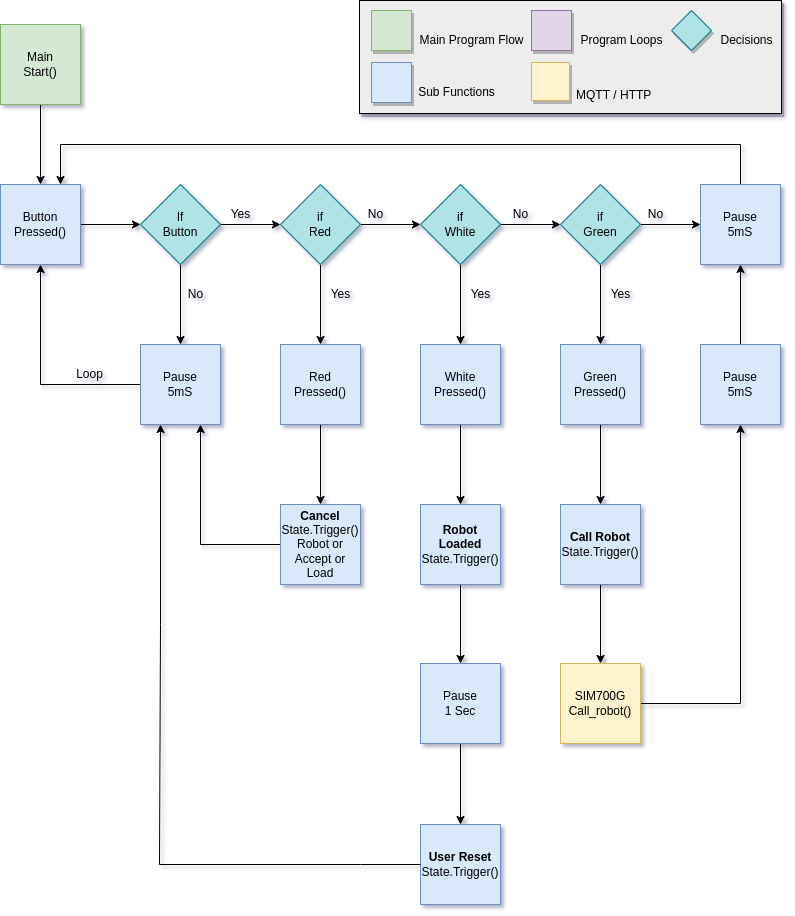
Earlier version of the draw.io export WikiFiles/CAR2.drawio.png (18684092/CAR). Source tidied: cells renumbered, new cells last; positions are measured from the earlier drawing's top-left corner, leaving out a move shared by most shapes. Its diagram source:
```xml
<mxGraphModel shadow="1">
  <root>
    <mxCell id="0" />
    <mxCell id="1" parent="0" />
    <mxCell id="2" style="rounded=0;whiteSpace=wrap;html=1;fontSize=16;gradientColor=none;shadow=1;fillColor=#EDEDED;" parent="1" vertex="1">
      <mxGeometry x="359" width="422" height="113" as="geometry" />
    </mxCell>
    <mxCell id="3" style="whiteSpace=wrap;html=1;fillColor=#d5e8d4;strokeColor=#82b366;shadow=1;" parent="1" vertex="1">
      <mxGeometry x="371" y="10" width="40" height="40" as="geometry" />
    </mxCell>
    <mxCell id="4" style="whiteSpace=wrap;html=1;fillColor=#dae8fc;strokeColor=#6c8ebf;shadow=1;" parent="1" vertex="1">
      <mxGeometry x="371" y="62" width="40" height="40" as="geometry" />
    </mxCell>
    <mxCell id="5" style="whiteSpace=wrap;html=1;fillColor=#e1d5e7;strokeColor=#9673a6;shadow=1;" parent="1" vertex="1">
      <mxGeometry x="531" y="10" width="40" height="40" as="geometry" />
    </mxCell>
    <mxCell id="6" value="Main Program Flow" style="text;html=1;align=center;verticalAlign=middle;strokeColor=none;fillColor=none;" parent="1" vertex="1">
      <mxGeometry x="411" y="30" width="120" height="20" as="geometry" />
    </mxCell>
    <mxCell id="7" value="Sub Functions" style="text;html=1;align=center;verticalAlign=middle;strokeColor=none;fillColor=none;" parent="1" vertex="1">
      <mxGeometry x="411" y="82" width="90" height="20" as="geometry" />
    </mxCell>
    <mxCell id="8" value="Program Loops" style="text;html=1;align=center;verticalAlign=middle;strokeColor=none;fillColor=none;" parent="1" vertex="1">
      <mxGeometry x="571" y="30" width="100" height="20" as="geometry" />
    </mxCell>
    <mxCell id="9" value="Decisions" style="text;html=1;align=center;verticalAlign=middle;strokeColor=none;fillColor=none;" parent="1" vertex="1">
      <mxGeometry x="711" y="30" width="70" height="20" as="geometry" />
    </mxCell>
    <mxCell id="10" style="whiteSpace=wrap;html=1;shadow=1;fontSize=16;fillColor=#fff2cc;strokeColor=#d6b656;" parent="1" vertex="1">
      <mxGeometry x="531" y="62" width="38" height="38" as="geometry" />
    </mxCell>
    <mxCell id="11" value="&lt;font style=&quot;font-size: 12px&quot;&gt;MQTT / HTTP&lt;/font&gt;" style="text;html=1;align=left;verticalAlign=middle;strokeColor=none;fillColor=none;fontSize=15;" parent="1" vertex="1">
      <mxGeometry x="574" y="83" width="90" height="20" as="geometry" />
    </mxCell>
    <mxCell id="12" style="edgeStyle=orthogonalEdgeStyle;rounded=0;jettySize=auto;html=1;" parent="1" edge="1" source="13" target="15">
      <mxGeometry relative="1" as="geometry" />
    </mxCell>
    <mxCell id="13" value="Main&lt;br&gt;Start()" style="whiteSpace=wrap;html=1;fillColor=#d5e8d4;strokeColor=#82b366;" parent="1" vertex="1">
      <mxGeometry y="24" width="80" height="80" as="geometry" />
    </mxCell>
    <mxCell id="14" style="edgeStyle=orthogonalEdgeStyle;rounded=0;jettySize=auto;html=1;" parent="1" edge="1" source="15" target="18">
      <mxGeometry relative="1" as="geometry" />
    </mxCell>
    <mxCell id="15" value="Button&lt;br&gt;Pressed()" style="whiteSpace=wrap;html=1;fillColor=#dae8fc;strokeColor=#6c8ebf;" parent="1" vertex="1">
      <mxGeometry y="184" width="80" height="80" as="geometry" />
    </mxCell>
    <mxCell id="16" style="edgeStyle=orthogonalEdgeStyle;rounded=0;jettySize=auto;html=1;" parent="1" edge="1" source="18" target="20">
      <mxGeometry relative="1" as="geometry" />
    </mxCell>
    <mxCell id="17" style="edgeStyle=orthogonalEdgeStyle;rounded=0;jettySize=auto;html=1;" parent="1" edge="1" source="18" target="25">
      <mxGeometry relative="1" as="geometry" />
    </mxCell>
    <mxCell id="18" value="If&lt;br&gt;Button" style="rhombus;whiteSpace=wrap;html=1;fillColor=#b0e3e6;strokeColor=#0e8088;" parent="1" vertex="1">
      <mxGeometry x="140" y="184" width="80" height="80" as="geometry" />
    </mxCell>
    <mxCell id="19" style="edgeStyle=orthogonalEdgeStyle;rounded=0;jettySize=auto;html=1;entryX=0.5;entryY=1;entryDx=0;entryDy=0;" parent="1" edge="1" source="20" target="15">
      <mxGeometry relative="1" as="geometry" />
    </mxCell>
    <mxCell id="20" value="Pause&lt;br&gt;5mS" style="whiteSpace=wrap;html=1;fillColor=#dae8fc;strokeColor=#6c8ebf;" parent="1" vertex="1">
      <mxGeometry x="140" y="344" width="80" height="80" as="geometry" />
    </mxCell>
    <mxCell id="21" value="No" style="text;html=1;align=center;verticalAlign=middle;strokeColor=none;fillColor=none;" parent="1" vertex="1">
      <mxGeometry x="180" y="284" width="30" height="20" as="geometry" />
    </mxCell>
    <mxCell id="22" value="Loop" style="text;html=1;align=center;verticalAlign=middle;strokeColor=none;fillColor=none;" parent="1" vertex="1">
      <mxGeometry x="69" y="364" width="40" height="20" as="geometry" />
    </mxCell>
    <mxCell id="23" style="edgeStyle=orthogonalEdgeStyle;rounded=0;jettySize=auto;html=1;" parent="1" edge="1" source="25" target="28">
      <mxGeometry relative="1" as="geometry" />
    </mxCell>
    <mxCell id="24" style="edgeStyle=orthogonalEdgeStyle;rounded=0;jettySize=auto;html=1;" parent="1" edge="1" source="25" target="33">
      <mxGeometry relative="1" as="geometry" />
    </mxCell>
    <mxCell id="25" value="if&lt;br&gt;Red" style="rhombus;whiteSpace=wrap;html=1;fillColor=#b0e3e6;strokeColor=#0e8088;" parent="1" vertex="1">
      <mxGeometry x="280" y="184" width="80" height="80" as="geometry" />
    </mxCell>
    <mxCell id="26" style="edgeStyle=orthogonalEdgeStyle;rounded=0;jettySize=auto;html=1;" parent="1" edge="1" source="28" target="31">
      <mxGeometry relative="1" as="geometry" />
    </mxCell>
    <mxCell id="27" style="edgeStyle=orthogonalEdgeStyle;rounded=0;jettySize=auto;html=1;" parent="1" edge="1" source="28" target="35">
      <mxGeometry relative="1" as="geometry" />
    </mxCell>
    <mxCell id="28" value="if&lt;br&gt;White" style="rhombus;whiteSpace=wrap;html=1;fillColor=#b0e3e6;strokeColor=#0e8088;" parent="1" vertex="1">
      <mxGeometry x="420" y="184" width="80" height="80" as="geometry" />
    </mxCell>
    <mxCell id="29" style="edgeStyle=orthogonalEdgeStyle;rounded=0;jettySize=auto;html=1;" parent="1" edge="1" source="31" target="37">
      <mxGeometry relative="1" as="geometry" />
    </mxCell>
    <mxCell id="30" style="edgeStyle=orthogonalEdgeStyle;rounded=0;jettySize=auto;html=1;" parent="1" edge="1" source="31" target="59">
      <mxGeometry relative="1" as="geometry" />
    </mxCell>
    <mxCell id="31" value="if&lt;br&gt;Green" style="rhombus;whiteSpace=wrap;html=1;fillColor=#b0e3e6;strokeColor=#0e8088;" parent="1" vertex="1">
      <mxGeometry x="560" y="184" width="80" height="80" as="geometry" />
    </mxCell>
    <mxCell id="32" style="edgeStyle=orthogonalEdgeStyle;rounded=0;jettySize=auto;html=1;" parent="1" edge="1" source="33" target="48">
      <mxGeometry relative="1" as="geometry" />
    </mxCell>
    <mxCell id="33" value="Red&lt;br&gt;Pressed()" style="whiteSpace=wrap;html=1;fillColor=#dae8fc;strokeColor=#6c8ebf;" parent="1" vertex="1">
      <mxGeometry x="280" y="344" width="80" height="80" as="geometry" />
    </mxCell>
    <mxCell id="34" style="edgeStyle=orthogonalEdgeStyle;rounded=0;jettySize=auto;html=1;" parent="1" edge="1" source="35" target="54">
      <mxGeometry relative="1" as="geometry" />
    </mxCell>
    <mxCell id="35" value="White&lt;br&gt;Pressed()" style="whiteSpace=wrap;html=1;fillColor=#dae8fc;strokeColor=#6c8ebf;" parent="1" vertex="1">
      <mxGeometry x="420" y="344" width="80" height="80" as="geometry" />
    </mxCell>
    <mxCell id="36" style="edgeStyle=orthogonalEdgeStyle;rounded=0;jettySize=auto;html=1;" parent="1" edge="1" source="37" target="50">
      <mxGeometry relative="1" as="geometry" />
    </mxCell>
    <mxCell id="37" value="Green&lt;br&gt;Pressed()" style="whiteSpace=wrap;html=1;fillColor=#dae8fc;strokeColor=#6c8ebf;" parent="1" vertex="1">
      <mxGeometry x="560" y="344" width="80" height="80" as="geometry" />
    </mxCell>
    <mxCell id="38" value="Yes" style="text;html=1;align=center;verticalAlign=middle;strokeColor=none;fillColor=none;" parent="1" vertex="1">
      <mxGeometry x="220" y="204" width="40" height="20" as="geometry" />
    </mxCell>
    <mxCell id="39" value="No" style="text;html=1;align=center;verticalAlign=middle;strokeColor=none;fillColor=none;" parent="1" vertex="1">
      <mxGeometry x="360" y="204" width="30" height="20" as="geometry" />
    </mxCell>
    <mxCell id="40" value="No" style="text;html=1;align=center;verticalAlign=middle;strokeColor=none;fillColor=none;" parent="1" vertex="1">
      <mxGeometry x="505" y="204" width="30" height="20" as="geometry" />
    </mxCell>
    <mxCell id="41" value="Yes" style="text;html=1;align=center;verticalAlign=middle;strokeColor=none;fillColor=none;" parent="1" vertex="1">
      <mxGeometry x="320" y="284" width="40" height="20" as="geometry" />
    </mxCell>
    <mxCell id="42" value="Yes" style="text;html=1;align=center;verticalAlign=middle;strokeColor=none;fillColor=none;" parent="1" vertex="1">
      <mxGeometry x="460" y="284" width="40" height="20" as="geometry" />
    </mxCell>
    <mxCell id="43" value="Yes" style="text;html=1;align=center;verticalAlign=middle;strokeColor=none;fillColor=none;" parent="1" vertex="1">
      <mxGeometry x="600" y="284" width="40" height="20" as="geometry" />
    </mxCell>
    <mxCell id="44" style="edgeStyle=orthogonalEdgeStyle;rounded=0;jettySize=auto;html=1;" parent="1" edge="1" source="45" target="59">
      <mxGeometry relative="1" as="geometry" />
    </mxCell>
    <mxCell id="45" value="Pause&lt;br&gt;5mS" style="whiteSpace=wrap;html=1;fillColor=#dae8fc;strokeColor=#6c8ebf;" parent="1" vertex="1">
      <mxGeometry x="700" y="344" width="80" height="80" as="geometry" />
    </mxCell>
    <mxCell id="46" value="No" style="text;html=1;align=center;verticalAlign=middle;strokeColor=none;fillColor=none;" parent="1" vertex="1">
      <mxGeometry x="640" y="204" width="30" height="20" as="geometry" />
    </mxCell>
    <mxCell id="47" style="edgeStyle=orthogonalEdgeStyle;rounded=0;jettySize=auto;html=1;entryX=0.75;entryY=1;entryDx=0;entryDy=0;" parent="1" edge="1" source="48" target="20">
      <mxGeometry relative="1" as="geometry" />
    </mxCell>
    <mxCell id="48" value="&lt;b&gt;Cancel&lt;/b&gt;&lt;br&gt;State.Trigger()&lt;br&gt;Robot or&lt;br&gt;Accept or&lt;br&gt;Load" style="whiteSpace=wrap;html=1;fillColor=#dae8fc;strokeColor=#6c8ebf;" parent="1" vertex="1">
      <mxGeometry x="280" y="504" width="80" height="80" as="geometry" />
    </mxCell>
    <mxCell id="49" style="edgeStyle=orthogonalEdgeStyle;rounded=0;jettySize=auto;html=1;" parent="1" edge="1" source="50" target="52">
      <mxGeometry relative="1" as="geometry" />
    </mxCell>
    <mxCell id="50" value="&lt;b&gt;Call Robot&lt;/b&gt;&lt;br&gt;State.Trigger()" style="whiteSpace=wrap;html=1;fillColor=#dae8fc;strokeColor=#6c8ebf;" parent="1" vertex="1">
      <mxGeometry x="560" y="504" width="80" height="80" as="geometry" />
    </mxCell>
    <mxCell id="51" style="edgeStyle=orthogonalEdgeStyle;rounded=0;jettySize=auto;html=1;entryX=0.5;entryY=1;entryDx=0;entryDy=0;" parent="1" edge="1" source="52" target="45">
      <mxGeometry relative="1" as="geometry" />
    </mxCell>
    <mxCell id="52" value="SIM700G&lt;br&gt;Call_robot()" style="whiteSpace=wrap;html=1;fillColor=#fff2cc;strokeColor=#d6b656;" parent="1" vertex="1">
      <mxGeometry x="560" y="663" width="80" height="80" as="geometry" />
    </mxCell>
    <mxCell id="53" style="edgeStyle=orthogonalEdgeStyle;rounded=0;jettySize=auto;html=1;" parent="1" edge="1" source="54" target="57">
      <mxGeometry relative="1" as="geometry" />
    </mxCell>
    <mxCell id="54" value="&lt;b&gt;Robot Loaded&lt;/b&gt;&lt;br&gt;State.Trigger()" style="whiteSpace=wrap;html=1;fillColor=#dae8fc;strokeColor=#6c8ebf;" parent="1" vertex="1">
      <mxGeometry x="420" y="504" width="80" height="80" as="geometry" />
    </mxCell>
    <mxCell id="55" value="&lt;b&gt;User Reset&lt;/b&gt;&lt;br&gt;State.Trigger()" style="whiteSpace=wrap;html=1;fillColor=#dae8fc;strokeColor=#6c8ebf;" parent="1" vertex="1">
      <mxGeometry x="420" y="824" width="80" height="80" as="geometry" />
    </mxCell>
    <mxCell id="56" style="edgeStyle=orthogonalEdgeStyle;rounded=0;jettySize=auto;html=1;" parent="1" edge="1" source="57" target="55">
      <mxGeometry relative="1" as="geometry" />
    </mxCell>
    <mxCell id="57" value="Pause&lt;br&gt;1 Sec" style="whiteSpace=wrap;html=1;fillColor=#dae8fc;strokeColor=#6c8ebf;" parent="1" vertex="1">
      <mxGeometry x="420" y="663" width="80" height="80" as="geometry" />
    </mxCell>
    <mxCell id="58" style="edgeStyle=orthogonalEdgeStyle;rounded=0;jettySize=auto;html=1;entryX=0.75;entryY=0;entryDx=0;entryDy=0;" parent="1" edge="1" source="59" target="15">
      <mxGeometry relative="1" as="geometry">
        <Array as="points">
          <mxPoint x="740" y="144" />
          <mxPoint x="60" y="144" />
        </Array>
      </mxGeometry>
    </mxCell>
    <mxCell id="59" value="Pause&lt;br&gt;5mS" style="whiteSpace=wrap;html=1;fillColor=#dae8fc;strokeColor=#6c8ebf;" parent="1" vertex="1">
      <mxGeometry x="700" y="184" width="80" height="80" as="geometry" />
    </mxCell>
    <mxCell id="60" style="endArrow=classic;html=1;rounded=0;exitX=0;exitY=0.5;exitDx=0;exitDy=0;entryX=0.25;entryY=1;entryDx=0;entryDy=0;" parent="1" edge="1" source="55" target="20">
      <mxGeometry relative="1" as="geometry">
        <Array as="points">
          <mxPoint x="360" y="864" />
          <mxPoint x="159" y="864" />
          <mxPoint x="160" y="624" />
        </Array>
      </mxGeometry>
    </mxCell>
    <mxCell id="61" style="rhombus;whiteSpace=wrap;html=1;fillColor=#b0e3e6;strokeColor=#0e8088;shadow=1;" parent="1" vertex="1">
      <mxGeometry x="671" y="10" width="40" height="40" as="geometry" />
    </mxCell>
  </root>
</mxGraphModel>
```
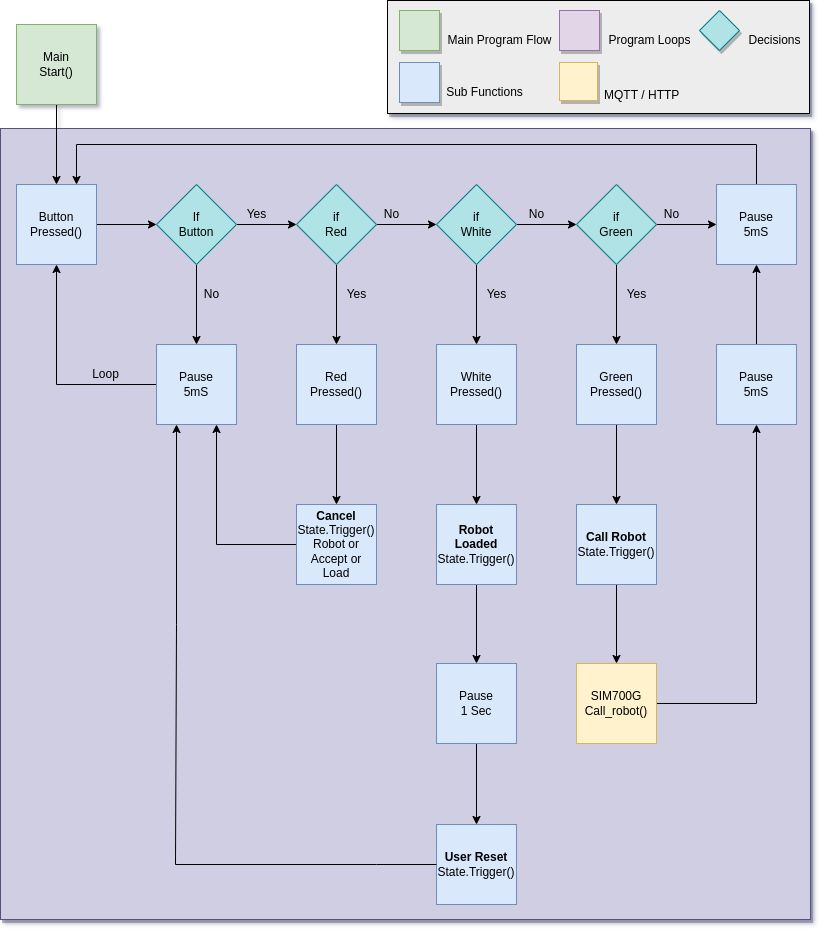
Above is the later version.

Diff of the diagram source:
```diff
@@ -2,35 +2,38 @@
   <root>
     <mxCell id="0" />
     <mxCell id="1" parent="0" />
+    <mxCell id="62" style="rounded=0;whiteSpace=wrap;html=1;shadow=1;fillColor=#d0cee2;strokeColor=#56517e;" parent="1" vertex="1">
+      <mxGeometry x="-16" y="128" width="810" height="791" as="geometry" />
+    </mxCell>
     <mxCell id="2" style="rounded=0;whiteSpace=wrap;html=1;fontSize=16;gradientColor=none;shadow=1;fillColor=#EDEDED;" parent="1" vertex="1">
-      <mxGeometry x="359" width="422" height="113" as="geometry" />
+      <mxGeometry x="371" width="422" height="113" as="geometry" />
     </mxCell>
     <mxCell id="3" style="whiteSpace=wrap;html=1;fillColor=#d5e8d4;strokeColor=#82b366;shadow=1;" parent="1" vertex="1">
-      <mxGeometry x="371" y="10" width="40" height="40" as="geometry" />
+      <mxGeometry x="383" y="10" width="40" height="40" as="geometry" />
     </mxCell>
     <mxCell id="4" style="whiteSpace=wrap;html=1;fillColor=#dae8fc;strokeColor=#6c8ebf;shadow=1;" parent="1" vertex="1">
-      <mxGeometry x="371" y="62" width="40" height="40" as="geometry" />
+      <mxGeometry x="383" y="62" width="40" height="40" as="geometry" />
     </mxCell>
     <mxCell id="5" style="whiteSpace=wrap;html=1;fillColor=#e1d5e7;strokeColor=#9673a6;shadow=1;" parent="1" vertex="1">
-      <mxGeometry x="531" y="10" width="40" height="40" as="geometry" />
+      <mxGeometry x="543" y="10" width="40" height="40" as="geometry" />
     </mxCell>
     <mxCell id="6" value="Main Program Flow" style="text;html=1;align=center;verticalAlign=middle;strokeColor=none;fillColor=none;" parent="1" vertex="1">
-      <mxGeometry x="411" y="30" width="120" height="20" as="geometry" />
+      <mxGeometry x="423" y="30" width="120" height="20" as="geometry" />
     </mxCell>
     <mxCell id="7" value="Sub Functions" style="text;html=1;align=center;verticalAlign=middle;strokeColor=none;fillColor=none;" parent="1" vertex="1">
-      <mxGeometry x="411" y="82" width="90" height="20" as="geometry" />
+      <mxGeometry x="423" y="82" width="90" height="20" as="geometry" />
     </mxCell>
     <mxCell id="8" value="Program Loops" style="text;html=1;align=center;verticalAlign=middle;strokeColor=none;fillColor=none;" parent="1" vertex="1">
-      <mxGeometry x="571" y="30" width="100" height="20" as="geometry" />
+      <mxGeometry x="583" y="30" width="100" height="20" as="geometry" />
     </mxCell>
     <mxCell id="9" value="Decisions" style="text;html=1;align=center;verticalAlign=middle;strokeColor=none;fillColor=none;" parent="1" vertex="1">
-      <mxGeometry x="711" y="30" width="70" height="20" as="geometry" />
+      <mxGeometry x="723" y="30" width="70" height="20" as="geometry" />
     </mxCell>
     <mxCell id="10" style="whiteSpace=wrap;html=1;shadow=1;fontSize=16;fillColor=#fff2cc;strokeColor=#d6b656;" parent="1" vertex="1">
-      <mxGeometry x="531" y="62" width="38" height="38" as="geometry" />
+      <mxGeometry x="543" y="62" width="38" height="38" as="geometry" />
     </mxCell>
     <mxCell id="11" value="&lt;font style=&quot;font-size: 12px&quot;&gt;MQTT / HTTP&lt;/font&gt;" style="text;html=1;align=left;verticalAlign=middle;strokeColor=none;fillColor=none;fontSize=15;" parent="1" vertex="1">
-      <mxGeometry x="574" y="83" width="90" height="20" as="geometry" />
+      <mxGeometry x="586" y="83" width="90" height="20" as="geometry" />
     </mxCell>
     <mxCell id="12" style="edgeStyle=orthogonalEdgeStyle;rounded=0;jettySize=auto;html=1;" parent="1" edge="1" source="13" target="15">
       <mxGeometry relative="1" as="geometry" />
@@ -191,7 +194,7 @@
       </mxGeometry>
     </mxCell>
     <mxCell id="61" style="rhombus;whiteSpace=wrap;html=1;fillColor=#b0e3e6;strokeColor=#0e8088;shadow=1;" parent="1" vertex="1">
-      <mxGeometry x="671" y="10" width="40" height="40" as="geometry" />
+      <mxGeometry x="683" y="10" width="40" height="40" as="geometry" />
     </mxCell>
   </root>
 </mxGraphModel>
```
